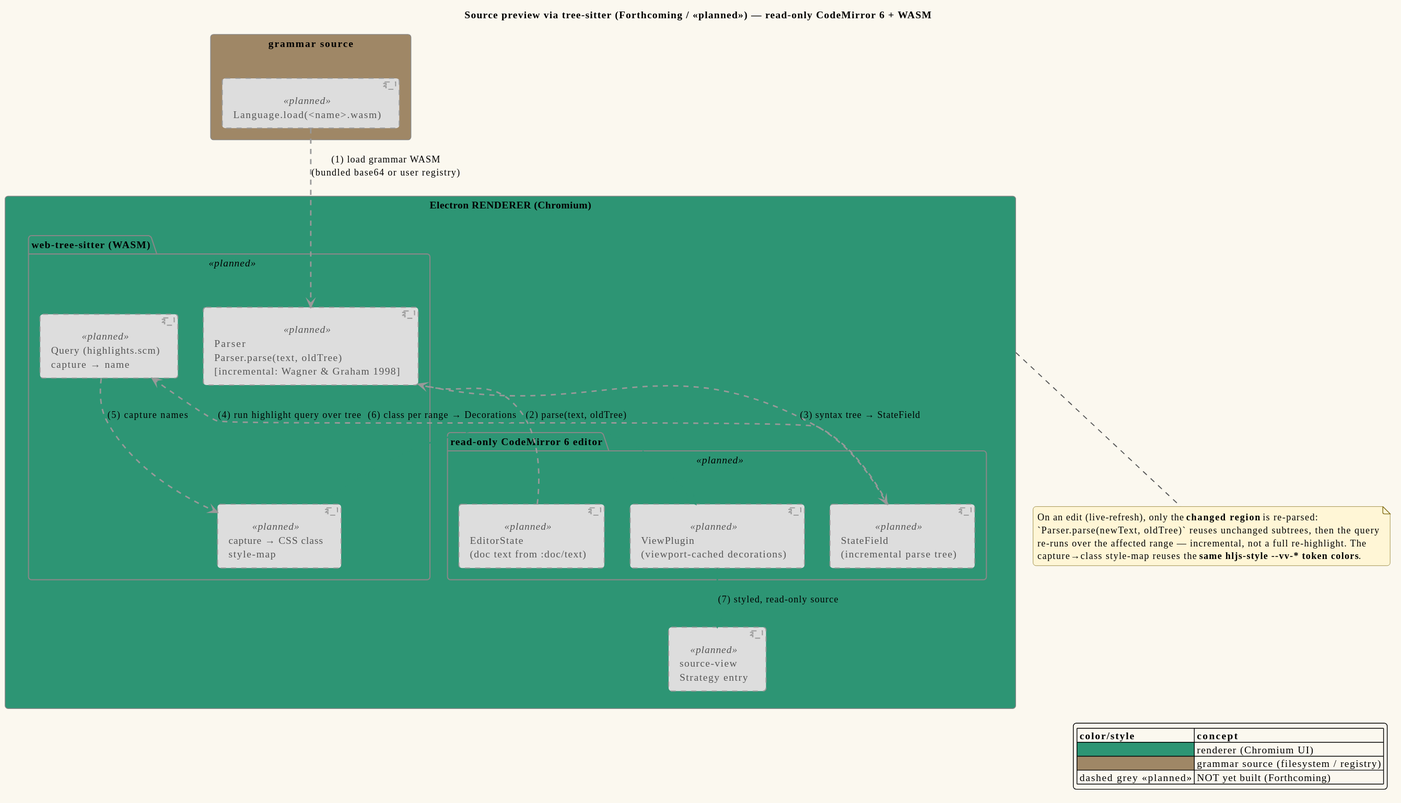
This is docs/diagrams/component-tree-sitter-planned.svg from vinary-tree/vinary-viewer, a PlantUML export, as it was before one commit. Its source is kept beside it as docs/diagrams/component-tree-sitter-planned.puml. Source of this version:
```plantuml
@startuml component-tree-sitter-planned
!include _vv-theme.iuml

title Source preview via tree-sitter (Forthcoming / «planned») — read-only CodeMirror 6 + WASM

rectangle "Electron RENDERER (Chromium)" as REND #2D9574 {
  component "source-view\nStrategy entry" as SV <<planned>>

  package "read-only CodeMirror 6 editor" <<planned>> {
    component "EditorState\n(doc text from :doc/text)" as STATE <<planned>>
    component "ViewPlugin\n(viewport-cached decorations)" as VP <<planned>>
    component "StateField\n(incremental parse tree)" as SF <<planned>>
  }

  package "web-tree-sitter (WASM)" <<planned>> {
    component "Parser\nParser.parse(text, oldTree)\n[incremental: Wagner & Graham 1998]" as PARSER <<planned>>
    component "Query (highlights.scm)\ncapture → name" as QUERY <<planned>>
    component "capture → CSS class\nstyle-map" as STYLEMAP <<planned>>
  }
}

rectangle "grammar source" as GR #9F8766 {
  component "Language.load(<name>.wasm)" as LANG <<planned>>
}

LANG  -[#999999,dashed,thickness=2]-> PARSER : (1) load grammar WASM\n(bundled base64 or user registry)
STATE -[#999999,dashed,thickness=2]-> PARSER : (2) parse(text, oldTree)
PARSER -[#999999,dashed,thickness=2]-> SF    : (3) syntax tree → StateField
SF    -[#999999,dashed,thickness=2]-> QUERY  : (4) run highlight query over tree
QUERY -[#999999,dashed,thickness=2]-> STYLEMAP : (5) capture names
STYLEMAP -[#2D9574,dashed,thickness=2]-> VP  : (6) class per range → Decorations
VP    -[#2D9574,dashed,thickness=2]-> SV     : (7) styled, read-only source

note bottom of REND
  On an edit (live-refresh), only the **changed region** is re-parsed:
  `Parser.parse(newText, oldTree)` reuses unchanged subtrees, then the query
  re-runs over the affected range — incremental, not a full re-highlight. The
  capture→class style-map reuses the **same hljs-style --vv-* token colors**.
end note

legend right
  |= color/style |= concept |
  | <#2D9574> | renderer (Chromium UI) |
  | <#9F8766> | grammar source (filesystem / registry) |
  | dashed grey <<planned>> | NOT yet built (Forthcoming) |
endlegend
@enduml
```
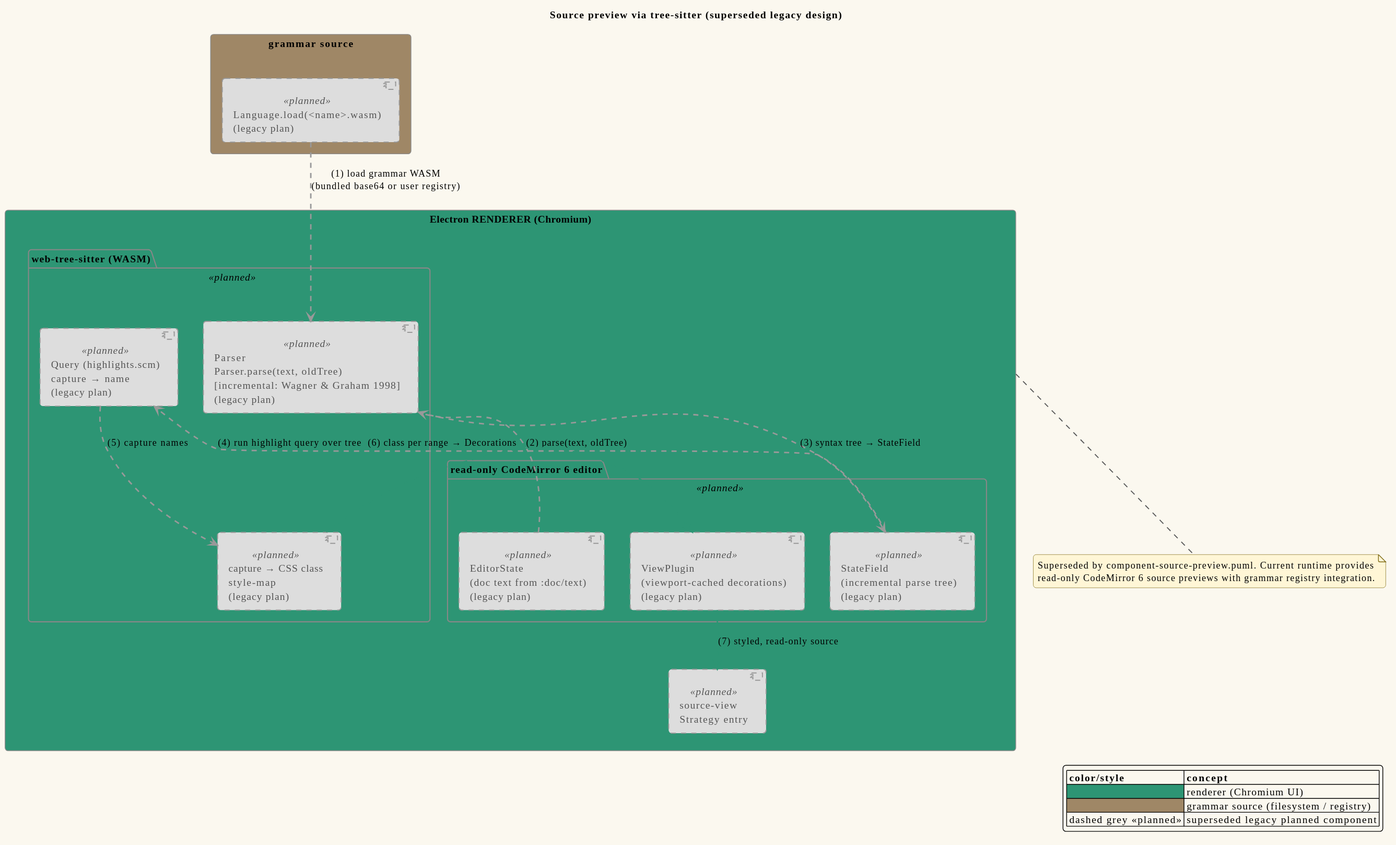
The same file after the commit.

Diff of the diagram source:
```diff
@@ -1,26 +1,26 @@
 @startuml component-tree-sitter-planned
 !include _vv-theme.iuml
 
-title Source preview via tree-sitter (Forthcoming / «planned») — read-only CodeMirror 6 + WASM
+title Source preview via tree-sitter (superseded legacy design)
 
 rectangle "Electron RENDERER (Chromium)" as REND #2D9574 {
   component "source-view\nStrategy entry" as SV <<planned>>
 
   package "read-only CodeMirror 6 editor" <<planned>> {
-    component "EditorState\n(doc text from :doc/text)" as STATE <<planned>>
-    component "ViewPlugin\n(viewport-cached decorations)" as VP <<planned>>
-    component "StateField\n(incremental parse tree)" as SF <<planned>>
+    component "EditorState\n(doc text from :doc/text)\n(legacy plan)" as STATE <<planned>>
+    component "ViewPlugin\n(viewport-cached decorations)\n(legacy plan)" as VP <<planned>>
+    component "StateField\n(incremental parse tree)\n(legacy plan)" as SF <<planned>>
   }
 
   package "web-tree-sitter (WASM)" <<planned>> {
-    component "Parser\nParser.parse(text, oldTree)\n[incremental: Wagner & Graham 1998]" as PARSER <<planned>>
-    component "Query (highlights.scm)\ncapture → name" as QUERY <<planned>>
-    component "capture → CSS class\nstyle-map" as STYLEMAP <<planned>>
+    component "Parser\nParser.parse(text, oldTree)\n[incremental: Wagner & Graham 1998]\n(legacy plan)" as PARSER <<planned>>
+    component "Query (highlights.scm)\ncapture → name\n(legacy plan)" as QUERY <<planned>>
+    component "capture → CSS class\nstyle-map\n(legacy plan)" as STYLEMAP <<planned>>
   }
 }
 
 rectangle "grammar source" as GR #9F8766 {
-  component "Language.load(<name>.wasm)" as LANG <<planned>>
+  component "Language.load(<name>.wasm)\n(legacy plan)" as LANG <<planned>>
 }
 
 LANG  -[#999999,dashed,thickness=2]-> PARSER : (1) load grammar WASM\n(bundled base64 or user registry)
@@ -32,16 +32,14 @@
 VP    -[#2D9574,dashed,thickness=2]-> SV     : (7) styled, read-only source
 
 note bottom of REND
-  On an edit (live-refresh), only the **changed region** is re-parsed:
-  `Parser.parse(newText, oldTree)` reuses unchanged subtrees, then the query
-  re-runs over the affected range — incremental, not a full re-highlight. The
-  capture→class style-map reuses the **same hljs-style --vv-* token colors**.
+  Superseded by component-source-preview.puml. Current runtime provides
+  read-only CodeMirror 6 source previews with grammar registry integration.
 end note
 
 legend right
   |= color/style |= concept |
   | <#2D9574> | renderer (Chromium UI) |
   | <#9F8766> | grammar source (filesystem / registry) |
-  | dashed grey <<planned>> | NOT yet built (Forthcoming) |
+  | dashed grey <<planned>> | superseded legacy planned component |
 endlegend
 @enduml
```
